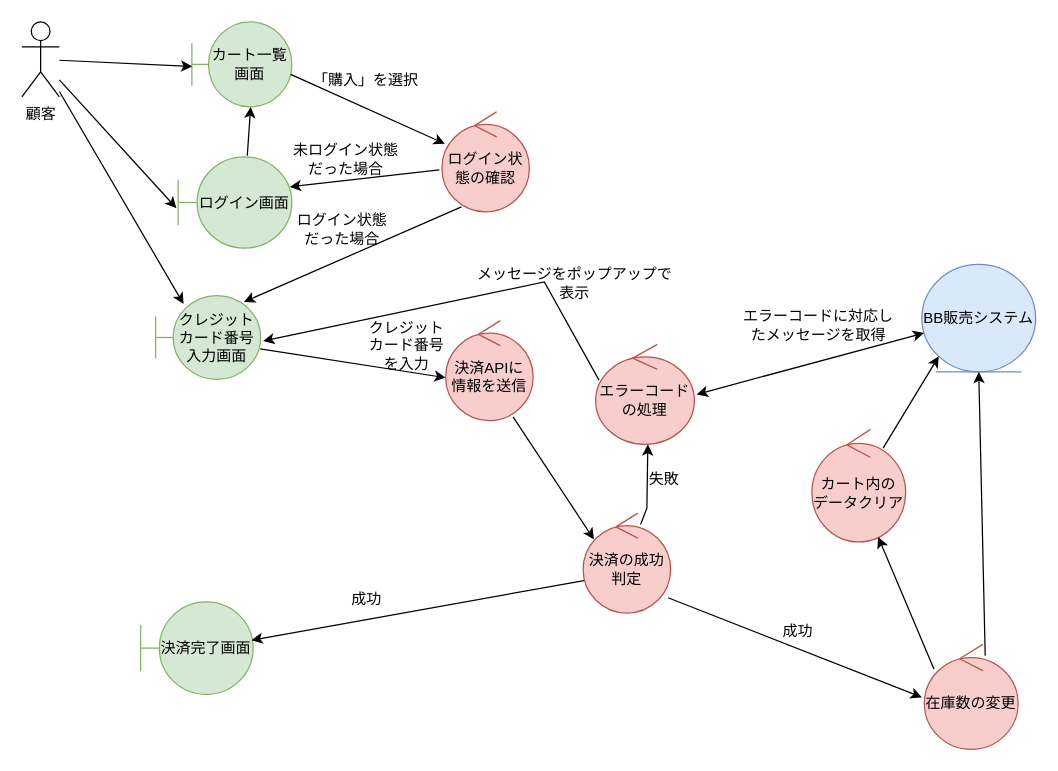
Above: BB/analysys_purchase.drawio in FujikawaHirono0520/group3_1_dogdog (draw.io), before the change. Source tidied: cells renumbered, new cells numbered last; positions are measured from the earlier drawing's top-left corner, leaving out a move shared by most shapes. Both pictures are drawn from the tidied source at 125%, with x=0, y=0 at pixel (21, 21).
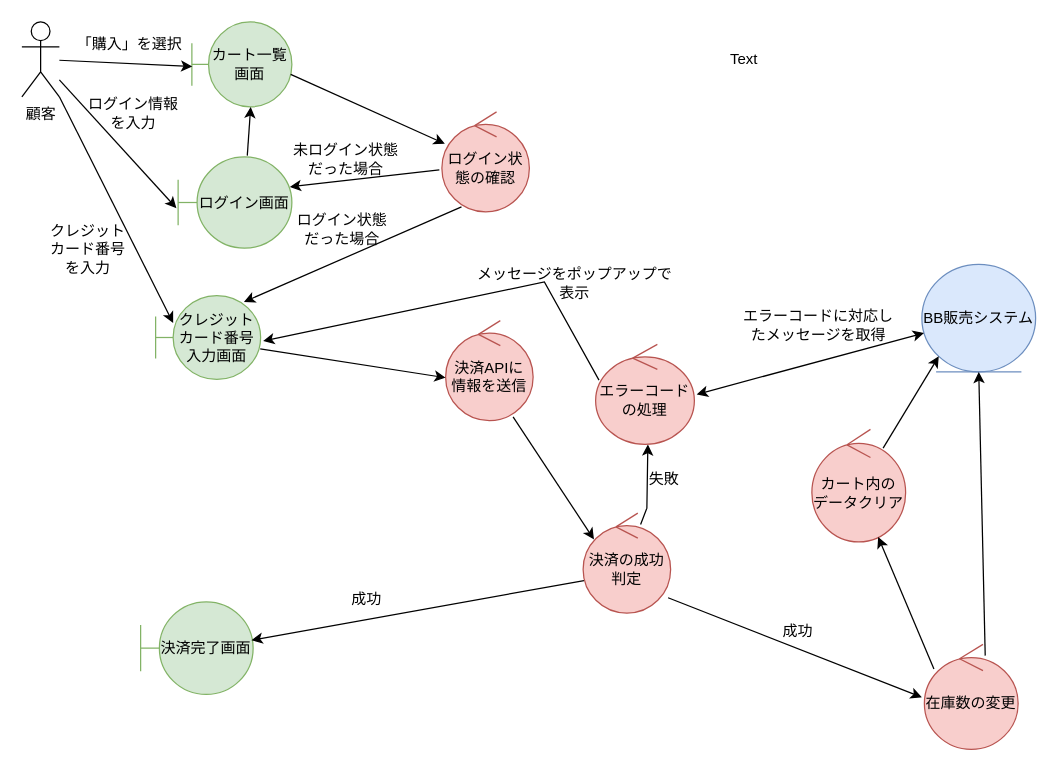
The same diagram, later.

Commit message:
こうにゅう

The change refers to these unchanged cells:
```xml
<mxCell id="2" value="顧客" style="shape=umlActor;verticalLabelPosition=bottom;verticalAlign=top;html=1;outlineConnect=0;" parent="1" vertex="1">
  <mxGeometry width="30" height="60" as="geometry" />
</mxCell>
<mxCell id="13" value="クレジットカード番号入力画面" style="shape=umlBoundary;whiteSpace=wrap;html=1;fillColor=#d5e8d4;strokeColor=#82b366;" parent="1" vertex="1">
  <mxGeometry x="107" y="219" width="84" height="67" as="geometry" />
</mxCell>
```

What changed in the source:
```diff
@@
     <mxCell id="8" value="「購入」を選択" style="text;html=1;align=center;verticalAlign=middle;whiteSpace=wrap;rounded=0;" parent="1" vertex="1">
-      <mxGeometry x="230" y="32" width="91" height="30" as="geometry" />
+      <mxGeometry x="41" y="3" width="91" height="30" as="geometry" />
     </mxCell>
@@
-    <mxCell id="15" style="endArrow=classic;html=1;rounded=0;entryX=0.266;entryY=0.1;entryDx=0;entryDy=0;entryPerimeter=0;" parent="1" edge="1" source="2" target="13">
+    <mxCell id="15" style="endArrow=classic;html=1;rounded=0;entryX=0.167;entryY=0.328;entryDx=0;entryDy=0;entryPerimeter=0;" parent="1" edge="1" source="2" target="13">
       <mxGeometry relative="1" as="geometry" />
     </mxCell>
@@
     <mxCell id="19" value="クレジットカード番号を入力&lt;div&gt;&lt;br&gt;&lt;/div&gt;" style="text;html=1;align=center;verticalAlign=middle;whiteSpace=wrap;rounded=0;" parent="1" vertex="1">
-      <mxGeometry x="273" y="258" width="70" height="15" as="geometry" />
+      <mxGeometry x="18" y="177" width="70" height="24" as="geometry" />
     </mxCell>
@@
+    <mxCell id="40" value="ログイン情報を入力" style="text;html=1;align=center;verticalAlign=middle;whiteSpace=wrap;rounded=0;" parent="1" vertex="1">
+      <mxGeometry x="52" y="58" width="75" height="30" as="geometry" />
+    </mxCell>
+    <mxCell id="41" value="Text" style="text;html=1;align=center;verticalAlign=middle;whiteSpace=wrap;rounded=0;" parent="1" vertex="1">
+      <mxGeometry x="548" y="15" width="60" height="30" as="geometry" />
+    </mxCell>
```
